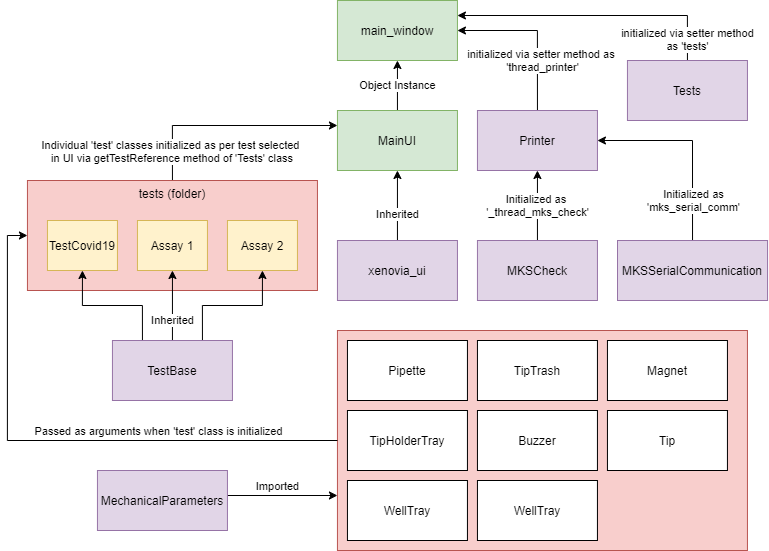
FracktalWorks/Xenovia-RNA-Extraction-PCR-Machine keeps this draw.io diagram as Doccumentation & Resources/Code Functional Block Diagram.png. Above is the earlier version. Source tidied: cells renumbered, new cells last; positions are measured from the earlier drawing's top-left corner, leaving out a move shared by most shapes.
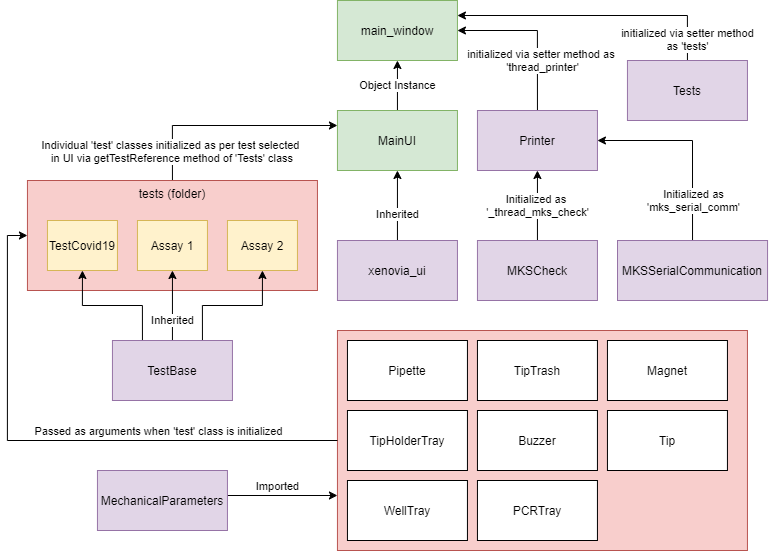
Above is the later version.

Diff of the diagram source:
```diff
@@ -140,7 +140,7 @@
     <mxCell id="41" value="MKSSerialCommunication" style="rounded=0;whiteSpace=wrap;html=1;fillColor=#e1d5e7;strokeColor=#9673a6;" parent="1" vertex="1">
       <mxGeometry x="590" y="240" width="150.1" height="60" as="geometry" />
     </mxCell>
-    <mxCell id="42" value="WellTray" style="rounded=0;whiteSpace=wrap;html=1;" parent="1" vertex="1">
+    <mxCell id="42" value="PCRTray" style="rounded=0;whiteSpace=wrap;html=1;" parent="1" vertex="1">
       <mxGeometry x="449.9" y="480" width="120" height="60" as="geometry" />
     </mxCell>
   </root>
```
